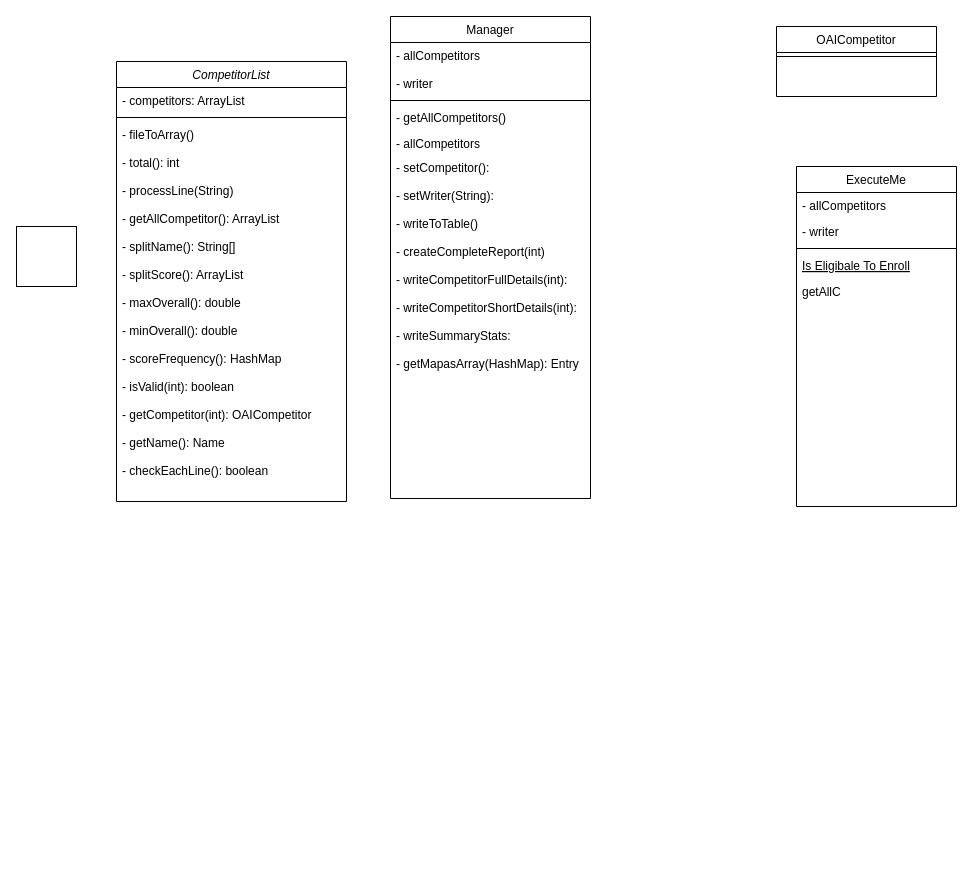
Before: Untitled Diagram.drawio in AkinwandeVue/DemoApp, a draw.io diagram. Source tidied: cells renumbered, new cells numbered last; positions are measured from the earlier drawing's top-left corner, leaving out a move shared by most shapes. Both pictures are drawn from the tidied source at 100%, with x=0, y=0 at pixel (16, 16).
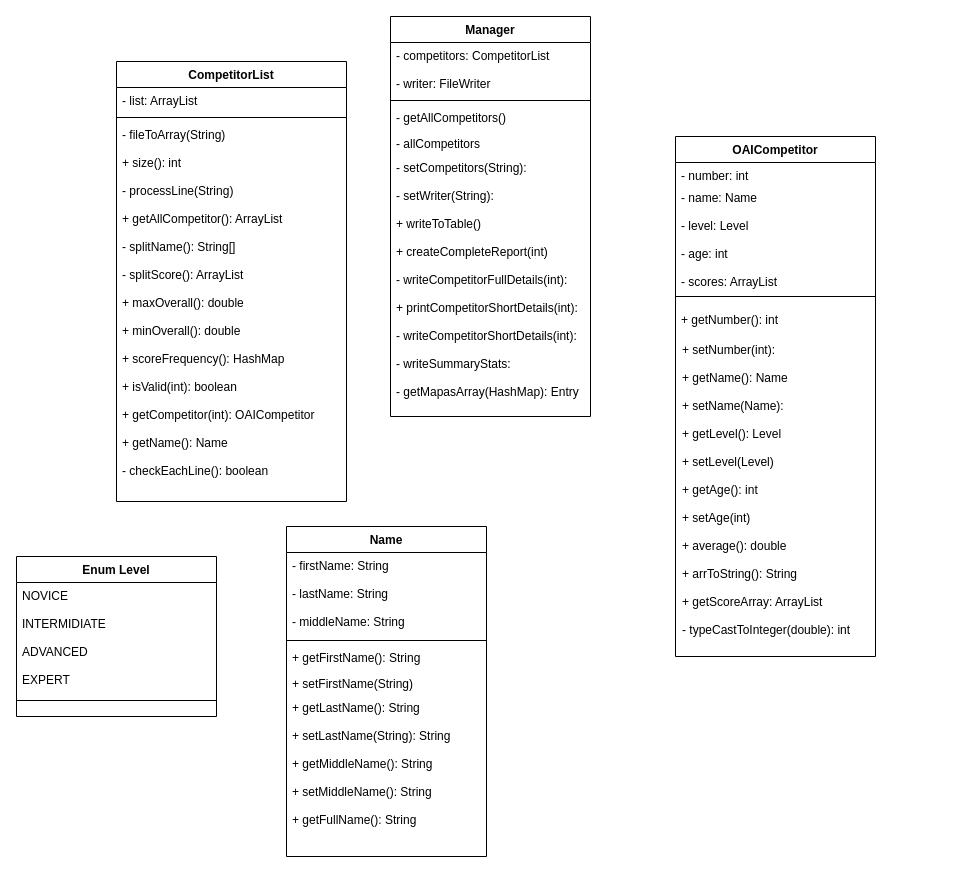
The same diagram, later.

The edit, as a diff of the source:
```diff
@@
-    <mxCell id="2" style="whiteSpace=wrap;html=1;" parent="1" vertex="1">
-      <mxGeometry y="210" width="60" height="60" as="geometry" />
-    </mxCell>
-    <mxCell id="3" value="OAICompetitor" style="swimlane;fontStyle=0;align=center;verticalAlign=top;horizontal=1;startSize=26;rounded=0;shadow=0;strokeWidth=1;" parent="1" vertex="1">
-      <mxGeometry x="760" y="10" width="160" height="70" as="geometry" />
-    </mxCell>
-    <mxCell id="4" style="line;html=1;strokeWidth=1;align=left;verticalAlign=middle;spacingTop=-1;spacingLeft=3;spacingRight=3;labelPosition=right;" parent="3" vertex="1">
-      <mxGeometry y="26" width="160" height="8" as="geometry" />
-    </mxCell>
-    <mxCell id="5" value="ExecuteMe" style="swimlane;fontStyle=0;align=center;verticalAlign=top;horizontal=1;startSize=26;rounded=0;shadow=0;strokeWidth=1;" parent="1" vertex="1">
-      <mxGeometry x="780" y="150" width="160" height="340" as="geometry" />
-    </mxCell>
-    <mxCell id="6" value="- allCompetitors" style="text;align=left;verticalAlign=top;spacingLeft=4;spacingRight=4;overflow=hidden;" parent="5" vertex="1">
-      <mxGeometry y="26" width="160" height="26" as="geometry" />
-    </mxCell>
-    <mxCell id="7" value="- writer" style="text;align=left;verticalAlign=top;spacingLeft=4;spacingRight=4;overflow=hidden;rounded=0;shadow=0;html=0;" parent="5" vertex="1">
-      <mxGeometry y="52" width="160" height="26" as="geometry" />
-    </mxCell>
-    <mxCell id="8" style="line;html=1;strokeWidth=1;align=left;verticalAlign=middle;spacingTop=-1;spacingLeft=3;spacingRight=3;labelPosition=right;" parent="5" vertex="1">
-      <mxGeometry y="78" width="160" height="8" as="geometry" />
-    </mxCell>
-    <mxCell id="9" value="Is Eligibale To Enroll" style="text;align=left;verticalAlign=top;spacingLeft=4;spacingRight=4;overflow=hidden;fontStyle=4;" parent="5" vertex="1">
-      <mxGeometry y="86" width="160" height="26" as="geometry" />
-    </mxCell>
-    <mxCell id="10" value="getAllC" style="text;align=left;verticalAlign=top;spacingLeft=4;spacingRight=4;overflow=hidden;" parent="5" vertex="1">
-      <mxGeometry y="112" width="160" height="26" as="geometry" />
-    </mxCell>
-    <mxCell id="11" value="CompetitorList" style="swimlane;fontStyle=2;align=center;verticalAlign=top;horizontal=1;startSize=26;rounded=0;shadow=0;strokeWidth=1;" parent="1" vertex="1">
+    <mxCell id="11" value="CompetitorList" style="swimlane;fontStyle=1;align=center;verticalAlign=top;horizontal=1;startSize=26;rounded=0;shadow=0;strokeWidth=1;" parent="1" vertex="1">
       <mxGeometry x="100" y="45" width="230" height="440" as="geometry" />
     </mxCell>
-    <mxCell id="12" value="- competitors: ArrayList" style="text;align=left;verticalAlign=top;spacingLeft=4;spacingRight=4;overflow=hidden;" parent="11" vertex="1">
+    <mxCell id="12" value="- list: ArrayList" style="text;align=left;verticalAlign=top;spacingLeft=4;spacingRight=4;overflow=hidden;" parent="11" vertex="1">
       <mxGeometry y="26" width="230" height="26" as="geometry" />
     </mxCell>
@@
-    <mxCell id="14" value="- fileToArray()&#10;&#10;- total(): int&#10;&#10;- processLine(String)&#10;&#10;- getAllCompetitor(): ArrayList&#10;&#10;- splitName(): String[]&#10;&#10;- splitScore(): ArrayList&#10;&#10;- maxOverall(): double&#10;&#10;- minOverall(): double&#10;&#10;- scoreFrequency(): HashMap&#10;&#10;- isValid(int): boolean&#10;&#10;- getCompetitor(int): OAICompetitor&#10;&#10;- getName(): Name&#10;&#10;- checkEachLine(): boolean" style="text;align=left;verticalAlign=top;spacingLeft=4;spacingRight=4;overflow=hidden;" parent="11" vertex="1">
+    <mxCell id="14" value="- fileToArray(String)&#10;&#10;+ size(): int&#10;&#10;- processLine(String)&#10;&#10;+ getAllCompetitor(): ArrayList&#10;&#10;- splitName(): String[]&#10;&#10;- splitScore(): ArrayList&#10;&#10;+ maxOverall(): double&#10;&#10;+ minOverall(): double&#10;&#10;+ scoreFrequency(): HashMap&#10;&#10;+ isValid(int): boolean&#10;&#10;+ getCompetitor(int): OAICompetitor&#10;&#10;+ getName(): Name&#10;&#10;- checkEachLine(): boolean" style="text;align=left;verticalAlign=top;spacingLeft=4;spacingRight=4;overflow=hidden;" parent="11" vertex="1">
       <mxGeometry y="60" width="230" height="380" as="geometry" />
     </mxCell>
-    <mxCell id="15" value="Manager" style="swimlane;fontStyle=0;align=center;verticalAlign=top;horizontal=1;startSize=26;rounded=0;shadow=0;strokeWidth=1;" parent="1" vertex="1">
-      <mxGeometry x="374" width="200" height="482" as="geometry" />
+    <mxCell id="15" value="Manager" style="swimlane;fontStyle=1;align=center;verticalAlign=top;horizontal=1;startSize=26;rounded=0;shadow=0;strokeWidth=1;" parent="1" vertex="1">
+      <mxGeometry x="374" width="200" height="400" as="geometry" />
     </mxCell>
-    <mxCell id="16" value="- allCompetitors&#10;&#10;- writer&#10;" style="text;align=left;verticalAlign=top;spacingLeft=4;spacingRight=4;overflow=hidden;rounded=0;shadow=0;html=0;" parent="15" vertex="1">
+    <mxCell id="16" value="- competitors: CompetitorList&#10;&#10;- writer: FileWriter&#10;" style="text;align=left;verticalAlign=top;spacingLeft=4;spacingRight=4;overflow=hidden;rounded=0;shadow=0;html=0;" parent="15" vertex="1">
       <mxGeometry y="26" width="200" height="54" as="geometry" />
     </mxCell>
@@
-    <mxCell id="20" value="- setCompetitor(): &#10;&#10;- setWriter(String):&#10;&#10;- writeToTable()&#10;&#10;- createCompleteReport(int)&#10;&#10;- writeCompetitorFullDetails(int):&#10;&#10;- writeCompetitorShortDetails(int):&#10;&#10;- writeSummaryStats:&#10;&#10;- getMapasArray(HashMap): Entry" style="text;align=left;verticalAlign=top;spacingLeft=4;spacingRight=4;overflow=hidden;" parent="15" vertex="1">
-      <mxGeometry y="138" width="200" height="334" as="geometry" />
+    <mxCell id="20" value="- setCompetitors(String):  &#10;&#10;- setWriter(String):&#10;&#10;+ writeToTable()&#10;&#10;+ createCompleteReport(int)&#10;&#10;- writeCompetitorFullDetails(int):&#10;&#10;+ printCompetitorShortDetails(int):&#10;&#10;- writeCompetitorShortDetails(int):&#10;&#10;- writeSummaryStats:&#10;&#10;- getMapasArray(HashMap): Entry" style="text;align=left;verticalAlign=top;spacingLeft=4;spacingRight=4;overflow=hidden;" parent="15" vertex="1">
+      <mxGeometry y="138" width="200" height="262" as="geometry" />
     </mxCell>
+    <mxCell id="10" value="+ setNumber(int):&#10;&#10;+ getName(): Name&#10;&#10;+ setName(Name):&#10;&#10;+ getLevel(): Level&#10;&#10;+ setLevel(Level)&#10;&#10;+ getAge(): int&#10;&#10;+ setAge(int)&#10;&#10;+ average(): double&#10;&#10;+ arrToString(): String&#10;&#10;+ getScoreArray: ArrayList&#10;&#10;- typeCastToInteger(double): int" style="text;align=left;verticalAlign=top;spacingLeft=4;spacingRight=4;overflow=hidden;" parent="1" vertex="1">
+      <mxGeometry x="660" y="320" width="200" height="320" as="geometry" />
+    </mxCell>
+    <mxCell id="9" value="+ getNumber(): int" style="text;align=left;verticalAlign=top;spacingLeft=4;spacingRight=4;overflow=hidden;fontStyle=0;" parent="1" vertex="1">
+      <mxGeometry x="659" y="290" width="160" height="24" as="geometry" />
+    </mxCell>
+    <mxCell id="21" value="Name" style="swimlane;fontStyle=1;align=center;verticalAlign=top;horizontal=1;startSize=26;rounded=0;shadow=0;strokeWidth=1;" parent="1" vertex="1">
+      <mxGeometry x="270" y="510" width="200" height="330" as="geometry" />
+    </mxCell>
+    <mxCell id="22" value="- firstName: String&#10;&#10;- lastName: String&#10;&#10;- middleName: String" style="text;align=left;verticalAlign=top;spacingLeft=4;spacingRight=4;overflow=hidden;rounded=0;shadow=0;html=0;" parent="21" vertex="1">
+      <mxGeometry y="26" width="200" height="84" as="geometry" />
+    </mxCell>
+    <mxCell id="23" style="line;html=1;strokeWidth=1;align=left;verticalAlign=middle;spacingTop=-1;spacingLeft=3;spacingRight=3;labelPosition=right;" parent="21" vertex="1">
+      <mxGeometry y="110" width="200" height="8" as="geometry" />
+    </mxCell>
+    <mxCell id="24" value="+ getFirstName(): String" style="text;align=left;verticalAlign=top;spacingLeft=4;spacingRight=4;overflow=hidden;" parent="21" vertex="1">
+      <mxGeometry y="118" width="200" height="26" as="geometry" />
+    </mxCell>
+    <mxCell id="25" value="+ setFirstName(String)" style="text;align=left;verticalAlign=top;spacingLeft=4;spacingRight=4;overflow=hidden;" parent="21" vertex="1">
+      <mxGeometry y="144" width="200" height="24" as="geometry" />
+    </mxCell>
+    <mxCell id="26" value="+ getLastName(): String&#10;&#10;+ setLastName(String): String&#10;&#10;+ getMiddleName(): String&#10;&#10;+ setMiddleName(): String&#10;&#10;+ getFullName(): String" style="text;align=left;verticalAlign=top;spacingLeft=4;spacingRight=4;overflow=hidden;" parent="21" vertex="1">
+      <mxGeometry y="168" width="200" height="162" as="geometry" />
+    </mxCell>
+    <mxCell id="27" value="Enum Level" style="swimlane;fontStyle=1;align=center;verticalAlign=top;horizontal=1;startSize=26;rounded=0;shadow=0;strokeWidth=1;" parent="1" vertex="1">
+      <mxGeometry y="540" width="200" height="160" as="geometry" />
+    </mxCell>
+    <mxCell id="28" value="NOVICE&#10;&#10;INTERMIDIATE&#10;&#10;ADVANCED&#10;&#10;EXPERT" style="text;align=left;verticalAlign=top;spacingLeft=4;spacingRight=4;overflow=hidden;rounded=0;shadow=0;html=0;" parent="27" vertex="1">
+      <mxGeometry y="26" width="200" height="114" as="geometry" />
+    </mxCell>
+    <mxCell id="29" style="line;html=1;strokeWidth=1;align=left;verticalAlign=middle;spacingTop=-1;spacingLeft=3;spacingRight=3;labelPosition=right;" parent="27" vertex="1">
+      <mxGeometry y="140" width="200" height="8" as="geometry" />
+    </mxCell>
+    <mxCell id="5" value="OAICompetitor" style="swimlane;fontStyle=1;align=center;verticalAlign=top;horizontal=1;startSize=26;rounded=0;shadow=0;strokeWidth=1;" parent="1" vertex="1">
+      <mxGeometry x="659" y="120" width="200" height="520" as="geometry" />
+    </mxCell>
+    <mxCell id="6" value="- number: int&#10;&#10;&#10;" style="text;align=left;verticalAlign=top;spacingLeft=4;spacingRight=4;overflow=hidden;" parent="5" vertex="1">
+      <mxGeometry y="26" width="200" height="22" as="geometry" />
+    </mxCell>
+    <mxCell id="7" value="- name: Name&#10;&#10;- level: Level&#10;&#10;- age: int&#10;&#10;- scores: ArrayList&#10;&#10;&#10;" style="text;align=left;verticalAlign=top;spacingLeft=4;spacingRight=4;overflow=hidden;rounded=0;shadow=0;html=0;" parent="5" vertex="1">
+      <mxGeometry y="48" width="200" height="108" as="geometry" />
+    </mxCell>
+    <mxCell id="8" style="line;html=1;strokeWidth=1;align=left;verticalAlign=middle;spacingTop=-1;spacingLeft=3;spacingRight=3;labelPosition=right;" parent="5" vertex="1">
+      <mxGeometry y="156" width="200" height="8" as="geometry" />
+    </mxCell>
```
